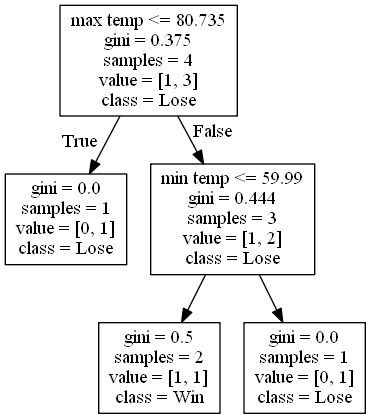
alexana-steck/CSE482Project keeps this Graphviz diagram as DecisionTrees/Conference USAdecision_tree_no_score_or_attendance0.png. Above is the earlier version. Its source is kept beside it as DecisionTrees/Conference USAdecision_tree_no_score_or_attendance0.dot.
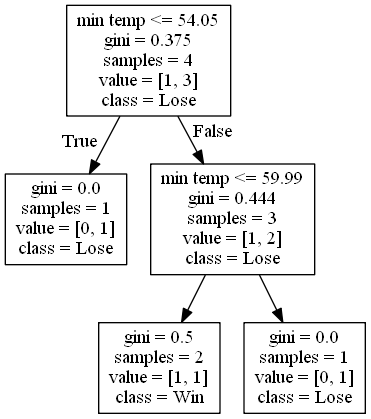
The same file after the commit.

Change to the diagram source:
```diff
@@ -1,6 +1,6 @@
 digraph Tree {
 node [shape=box] ;
-0 [label="max temp <= 80.735\ngini = 0.375\nsamples = 4\nvalue = [1, 3]\nclass = Lose"] ;
+0 [label="min temp <= 54.05\ngini = 0.375\nsamples = 4\nvalue = [1, 3]\nclass = Lose"] ;
 1 [label="gini = 0.0\nsamples = 1\nvalue = [0, 1]\nclass = Lose"] ;
 0 -> 1 [labeldistance=2.5, labelangle=45, headlabel="True"] ;
 2 [label="min temp <= 59.99\ngini = 0.444\nsamples = 3\nvalue = [1, 2]\nclass = Lose"] ;
```
